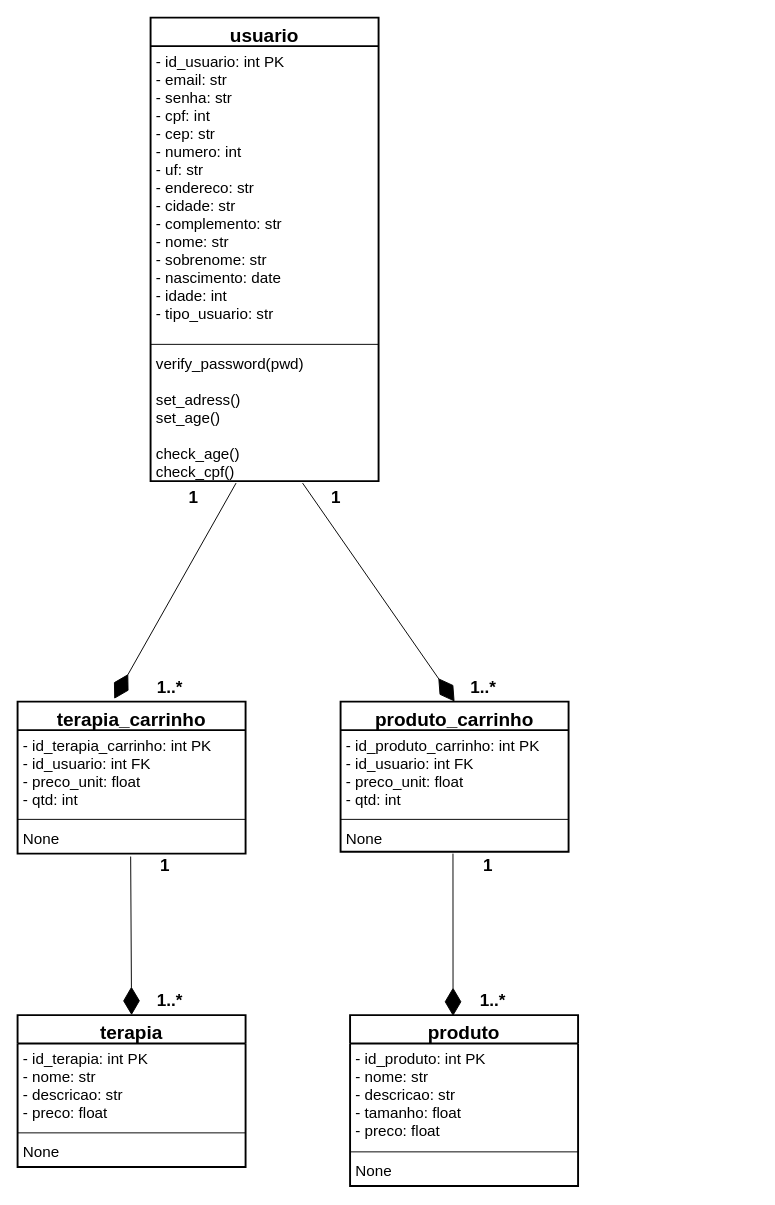
Before: page "UML" (1 of 3) of Documents/UML-Diagramas.drawio in terrotar/OPE, a draw.io diagram. Source tidied: cells renumbered, new cells numbered last; positions are measured from the earlier drawing's top-left corner, leaving out a move shared by most shapes. Both pictures are drawn from the tidied source at 95%, with x=0, y=0 at pixel (17, 17).
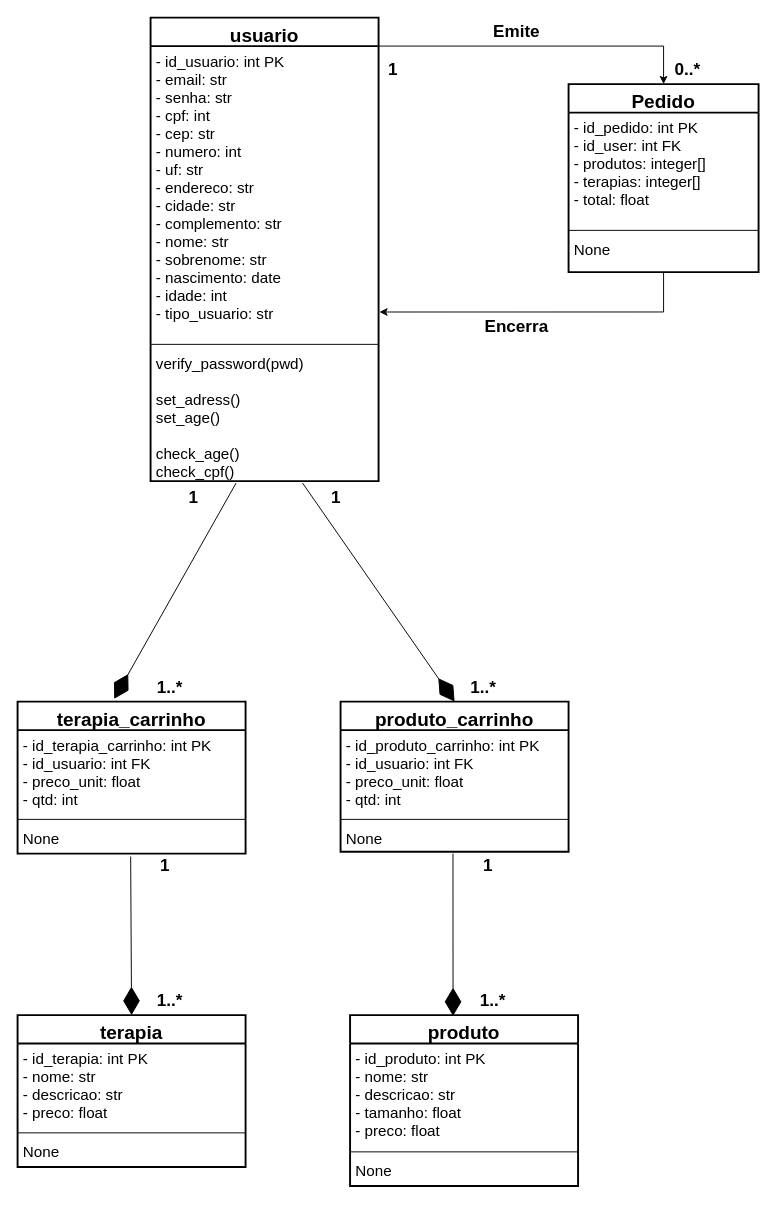
The same page after the edit.

Commit message (it also covers changes not shown here):
Atualizado nova tabela Pedido na UML e nos PDF's.

Unchanged cells that the change refers to:
```xml
<mxCell id="3" value="- id_usuario: int PK&#10;- email: str&#10;- senha: str&#10;- cpf: int&#10;- cep: str&#10;- numero: int&#10;- uf: str&#10;- endereco: str&#10;- cidade: str&#10;- complemento: str&#10;- nome: str&#10;- sobrenome: str&#10;- nascimento: date&#10;- idade: int&#10;- tipo_usuario: str&#10;" style="text;strokeColor=none;fillColor=none;align=left;verticalAlign=top;spacingLeft=4;spacingRight=4;overflow=hidden;points=[[0,0.5],[1,0.5]];portConstraint=eastwest;fontSize=16;" parent="2" vertex="1">
  <mxGeometry y="30" width="240" height="310" as="geometry" />
</mxCell>
```

Change to the diagram source:
```diff
@@
+    <mxCell id="34" style="edgeStyle=orthogonalEdgeStyle;rounded=0;jettySize=auto;html=1;entryX=1.004;entryY=0.903;entryDx=0;entryDy=0;entryPerimeter=0;strokeWidth=1;" parent="1" edge="1" source="35" target="3">
+      <mxGeometry relative="1" as="geometry">
+        <Array as="points">
+          <mxPoint x="680" y="310" />
+        </Array>
+      </mxGeometry>
+    </mxCell>
+    <mxCell id="35" value="Pedido" style="swimlane;fontStyle=1;align=center;verticalAlign=top;horizontal=1;startSize=30;strokeWidth=2;fontSize=20;" parent="1" vertex="1">
+      <mxGeometry x="580" y="70" width="200" height="198" as="geometry" />
+    </mxCell>
+    <mxCell id="36" value="- id_pedido: int PK&#10;- id_user: int FK&#10;- produtos: integer[]&#10;- terapias: integer[]&#10;- total: float" style="text;strokeColor=none;fillColor=none;align=left;verticalAlign=top;spacingLeft=4;spacingRight=4;overflow=hidden;fontSize=16;" parent="35" vertex="1">
+      <mxGeometry y="30" width="200" height="120" as="geometry" />
+    </mxCell>
+    <mxCell id="37" style="line;strokeWidth=1;fillColor=none;align=left;verticalAlign=middle;spacingTop=-1;spacingLeft=3;spacingRight=3;labelPosition=right;" parent="35" vertex="1">
+      <mxGeometry y="150" width="200" height="8" as="geometry" />
+    </mxCell>
+    <mxCell id="38" value="None" style="text;strokeColor=none;fillColor=none;align=left;verticalAlign=top;spacingLeft=4;spacingRight=4;overflow=hidden;fontSize=16;" parent="35" vertex="1">
+      <mxGeometry y="158" width="200" height="40" as="geometry" />
+    </mxCell>
+    <mxCell id="39" style="edgeStyle=orthogonalEdgeStyle;rounded=0;jettySize=auto;html=1;entryX=0.5;entryY=0;entryDx=0;entryDy=0;strokeWidth=1;" parent="1" edge="1" source="3" target="35">
+      <mxGeometry relative="1" as="geometry">
+        <Array as="points">
+          <mxPoint x="680" y="30" />
+        </Array>
+      </mxGeometry>
+    </mxCell>
+    <mxCell id="40" value="1" style="text;html=1;align=center;verticalAlign=middle;strokeColor=none;fillColor=none;fontSize=18;fontStyle=1;" parent="1" vertex="1">
+      <mxGeometry x="380" y="40" width="30" height="30" as="geometry" />
+    </mxCell>
+    <mxCell id="41" value="0..*" style="text;html=1;align=center;verticalAlign=middle;strokeColor=none;fillColor=none;fontSize=18;fontStyle=1;" parent="1" vertex="1">
+      <mxGeometry x="685" y="40" width="40" height="30" as="geometry" />
+    </mxCell>
+    <mxCell id="42" value="Emite" style="text;html=1;align=center;verticalAlign=middle;strokeColor=none;fillColor=none;fontSize=18;fontStyle=1;" parent="1" vertex="1">
+      <mxGeometry x="495" width="60" height="30" as="geometry" />
+    </mxCell>
+    <mxCell id="43" value="Encerra" style="text;html=1;align=center;verticalAlign=middle;strokeColor=none;fillColor=none;fontSize=18;fontStyle=1;" parent="1" vertex="1">
+      <mxGeometry x="485" y="310" width="80" height="30" as="geometry" />
+    </mxCell>
```
